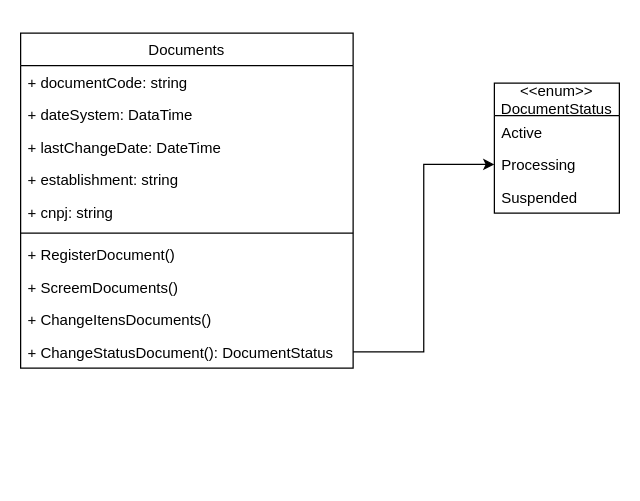
Before: page "Página-2" (2 of 2) of DevInDocumentsUML.drawio in leonardoGasperin/M2S5E, a draw.io diagram. Source tidied: cells renumbered, new cells numbered last; positions are measured from the earlier drawing's top-left corner, leaving out a move shared by most shapes. Both pictures are drawn from the tidied source at 125%, with x=0, y=0 at pixel (20, 32).
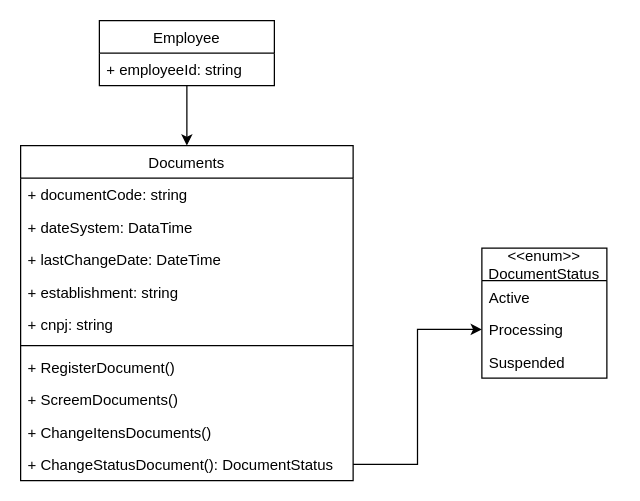
The same diagram, later.

Change to the diagram source:
```diff
@@
     <mxCell id="2" value="Documents" style="swimlane;fontStyle=0;horizontal=1;startSize=26;fillColor=none;" parent="1" vertex="1">
-      <mxGeometry width="266" height="268" as="geometry" />
+      <mxGeometry y="90" width="266" height="268" as="geometry" />
     </mxCell>
@@
     <mxCell id="13" value="&lt;&lt;enum&gt;&gt;&#10;DocumentStatus" style="swimlane;fontStyle=0;horizontal=1;startSize=26;fillColor=none;" parent="1" vertex="1">
-      <mxGeometry x="379" y="40" width="100" height="104" as="geometry" />
+      <mxGeometry x="369" y="172" width="100" height="104" as="geometry" />
     </mxCell>
@@
+    <mxCell id="18" style="edgeStyle=orthogonalEdgeStyle;rounded=0;jettySize=auto;html=1;entryX=0.5;entryY=0;entryDx=0;entryDy=0;" parent="1" edge="1" source="19" target="2">
+      <mxGeometry relative="1" as="geometry" />
+    </mxCell>
+    <mxCell id="19" value="Employee" style="swimlane;fontStyle=0;horizontal=1;startSize=26;fillColor=none;" parent="1" vertex="1">
+      <mxGeometry x="63" y="-10" width="140" height="52" as="geometry" />
+    </mxCell>
+    <mxCell id="20" value="+ employeeId: string" style="text;strokeColor=none;fillColor=none;align=left;verticalAlign=top;spacingLeft=4;spacingRight=4;overflow=hidden;" parent="19" vertex="1">
+      <mxGeometry y="26" width="140" height="26" as="geometry" />
+    </mxCell>
```
